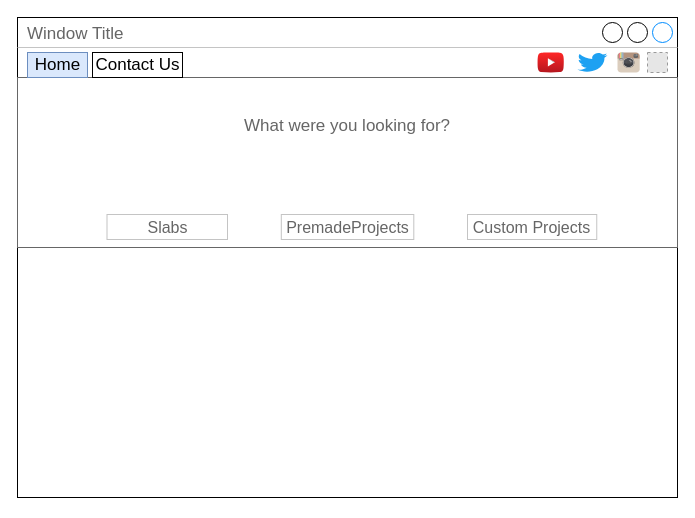
The draw.io diagram Untitled Diagram.drawio in CMPCorinne2024/Allprojects, before the edit. Source tidied: cells renumbered, new cells numbered last; positions are measured from the earlier drawing's top-left corner, leaving out a move shared by most shapes. Both pictures are drawn from the tidied source at 100%, with x=0, y=0 at pixel (17, 17). Pictures stored in the file or linked from it are replaced by grey dashed boxes.
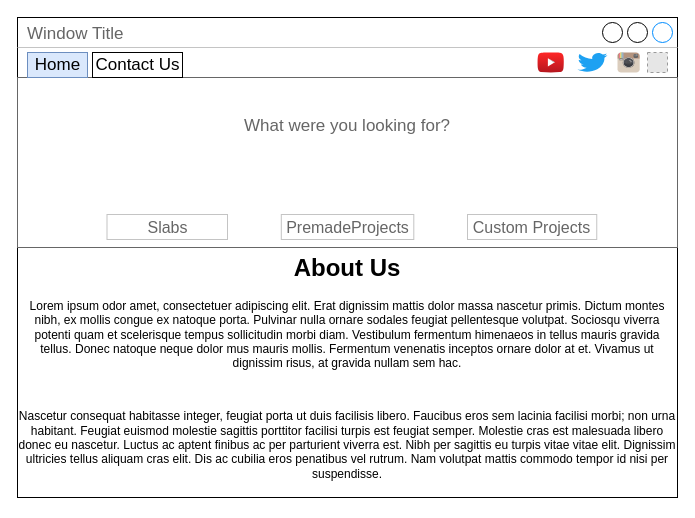
The same diagram, later.

What changed in the source:
```diff
@@
 <mxGraphModel>
   <root>
     <mxCell id="0" />
     <mxCell id="1" parent="0" />
     <mxCell id="2" value="Window Title" style="strokeWidth=1;shadow=0;dashed=0;align=center;html=1;shape=mxgraph.mockup.containers.window;align=left;verticalAlign=top;spacingLeft=8;strokeColor2=#008cff;strokeColor3=#c4c4c4;fontColor=#666666;mainText=;fontSize=17;labelBackgroundColor=none;whiteSpace=wrap;" parent="1" vertex="1">
       <mxGeometry width="660" height="480" as="geometry" />
     </mxCell>
     <mxCell id="3" value="What were you looking for?" style="strokeWidth=1;shadow=0;dashed=0;align=center;html=1;shape=mxgraph.mockup.containers.rrect;rSize=0;strokeColor=#666666;fontColor=#666666;fontSize=17;verticalAlign=top;whiteSpace=wrap;fillColor=#ffffff;spacingTop=32;" parent="1" vertex="1">
       <mxGeometry y="60" width="660" height="170" as="geometry" />
     </mxCell>
     <mxCell id="4" value="Slabs" style="strokeWidth=1;shadow=0;dashed=0;align=center;html=1;shape=mxgraph.mockup.containers.rrect;rSize=0;fontSize=16;fontColor=#666666;strokeColor=#c4c4c4;whiteSpace=wrap;fillColor=none;" parent="3" vertex="1">
       <mxGeometry x="0.25" y="1" width="120.5" height="25" relative="1" as="geometry">
         <mxPoint x="-75.5" y="-33" as="offset" />
       </mxGeometry>
     </mxCell>
     <mxCell id="5" value="Custom Projects" style="strokeWidth=1;shadow=0;dashed=0;align=center;html=1;shape=mxgraph.mockup.containers.rrect;rSize=0;fontSize=16;fontColor=#666666;strokeColor=#c4c4c4;whiteSpace=wrap;fillColor=none;" parent="3" vertex="1">
       <mxGeometry x="0.75" y="1" width="129.25" height="25" relative="1" as="geometry">
         <mxPoint x="-45" y="-33" as="offset" />
       </mxGeometry>
     </mxCell>
     <mxCell id="6" value="PremadeProjects" style="strokeWidth=1;shadow=0;dashed=0;align=center;html=1;shape=mxgraph.mockup.containers.rrect;rSize=0;fontSize=16;fontColor=#666666;strokeColor=#c4c4c4;whiteSpace=wrap;fillColor=none;" parent="3" vertex="1">
       <mxGeometry x="263.8" y="137" width="132.5" height="25" as="geometry" />
     </mxCell>
     <mxCell id="7" style="strokeWidth=1;shadow=0;dashed=0;align=center;html=1;shape=mxgraph.mockup.containers.marginRect2;rectMarginTop=32;strokeColor=#666666;gradientColor=none;whiteSpace=wrap;" parent="3" vertex="1">
       <mxGeometry y="-30" width="290" height="30" as="geometry" />
     </mxCell>
     <mxCell id="8" value="Home" style="strokeColor=#6c8ebf;fillColor=#dae8fc;strokeWidth=1;shadow=0;dashed=0;align=center;html=1;shape=mxgraph.mockup.containers.rrect;rSize=0;fontSize=17;gradientColor=none;" parent="7" vertex="1">
       <mxGeometry width="60" height="25" relative="1" as="geometry">
         <mxPoint x="10" y="5" as="offset" />
       </mxGeometry>
     </mxCell>
     <mxCell id="9" value="Contact Us" style="strokeWidth=1;shadow=0;dashed=0;align=center;html=1;shape=mxgraph.mockup.containers.rrect;rSize=0;fontSize=17;" parent="7" vertex="1">
       <mxGeometry width="90" height="25" relative="1" as="geometry">
         <mxPoint x="75" y="5" as="offset" />
       </mxGeometry>
     </mxCell>
     <mxCell id="10" style="dashed=0;html=1;align=center;labelPosition=center;verticalLabelPosition=bottom;verticalAlign=top;shape=mxgraph.weblogos.youtube_2;fillColor=#FF2626;gradientColor=#B5171F;" parent="1" vertex="1">
       <mxGeometry x="520" y="35" width="26.4" height="20" as="geometry" />
     </mxCell>
     <mxCell id="11" style="dashed=0;html=1;align=center;labelPosition=center;verticalLabelPosition=bottom;verticalAlign=top;shape=mxgraph.weblogos.twitter;fillColor=#1DA1F2;strokeColor=none;" parent="1" vertex="1">
       <mxGeometry x="560" y="35" width="30" height="20" as="geometry" />
     </mxCell>
     <mxCell id="12" style="dashed=0;html=1;align=center;labelPosition=center;verticalLabelPosition=bottom;verticalAlign=top;shape=mxgraph.weblogos.instagram;fillColor=#6FC0E4;gradientColor=#1E305B;" parent="1" vertex="1">
       <mxGeometry x="600" y="35" width="22.2" height="20" as="geometry" />
     </mxCell>
     <mxCell id="13" style="fillColor=#E6E6E6;strokeColor=#999999;dashed=1;verticalLabelPosition=bottom;labelBackgroundColor=default;verticalAlign=top;" parent="1" vertex="1">
       <mxGeometry x="630" y="35" width="20" height="20" as="geometry" />
     </mxCell>
+    <mxCell id="14" value="&lt;h1 style=&quot;margin-top: 0px;&quot;&gt;About Us&lt;/h1&gt;&lt;p&gt;Lorem ipsum odor amet, consectetuer adipiscing elit. Erat dignissim mattis dolor massa nascetur primis. Dictum montes nibh, ex mollis congue ex natoque porta. Pulvinar nulla ornare sodales feugiat pellentesque volutpat. Sociosqu viverra potenti quam et scelerisque tempus sollicitudin morbi diam. Vestibulum fermentum himenaeos in tellus mauris gravida tellus. Donec natoque neque dolor mus mauris mollis. Fermentum venenatis inceptos ornare dolor at et. Vivamus ut dignissim risus, at gravida nullam sem hac.&lt;/p&gt;&lt;p&gt;&lt;br&gt;&lt;/p&gt;&lt;p&gt;Nascetur consequat habitasse integer, feugiat porta ut duis facilisis libero. Faucibus eros sem lacinia facilisi morbi; non urna habitant. Feugiat euismod molestie sagittis porttitor facilisi turpis est feugiat semper. Molestie cras est malesuada libero donec eu nascetur. Luctus ac aptent finibus ac per parturient viverra est. Nibh per sagittis eu turpis vitae vitae elit. Dignissim ultricies tellus aliquam cras elit. Dis ac cubilia eros penatibus vel rutrum. Nam volutpat mattis commodo tempor id nisi per suspendisse.&lt;/p&gt;" style="text;html=1;whiteSpace=wrap;overflow=hidden;rounded=0;align=center;" parent="1" vertex="1">
+      <mxGeometry y="230" width="660" height="250" as="geometry" />
+    </mxCell>
   </root>
 </mxGraphModel>
```
